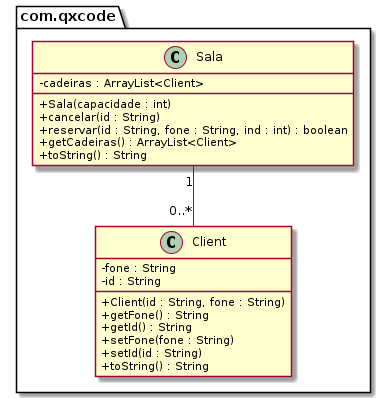
Above: Trabalhos/006/diagrama.png in Atilio-Luiz/poo_2022_1 (PlantUML), before the change.
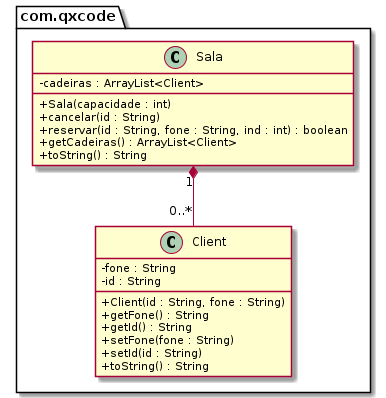
After the change.

What changed in the source:
```diff
@@ -22,5 +22,5 @@
     + toString() : String
   }
 }
-Sala "1" -- "0..*" Client
+Sala "1" *-- "0..*" Client
 @enduml
```
